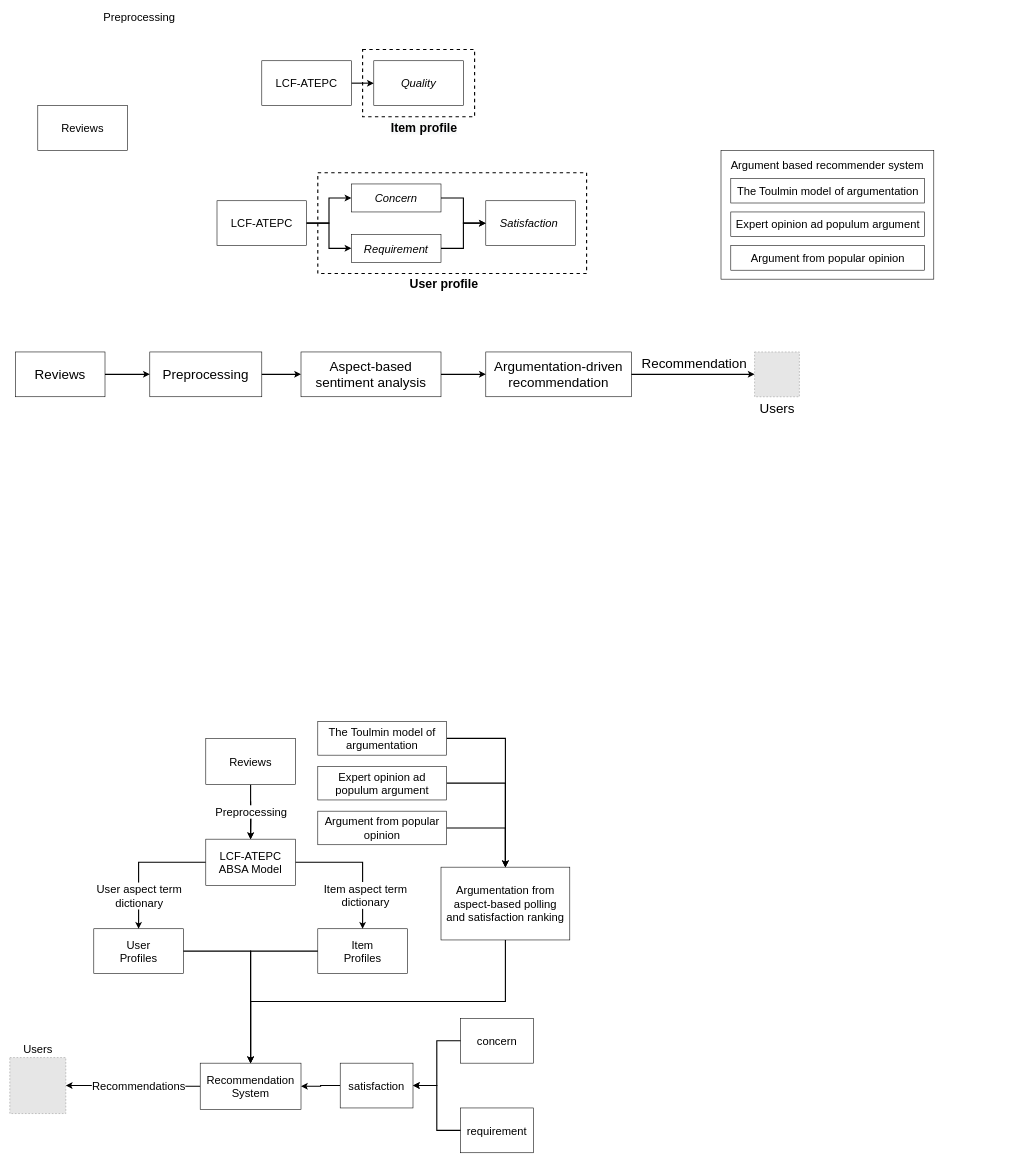
Earlier version of the draw.io diagram thesis_overview.drawio (FengfanHu/Diagram). Source tidied: cells renumbered, new cells numbered last; positions are measured from the earlier drawing's top-left corner, leaving out a move shared by most shapes. Both pictures are drawn from the tidied source at 56%, with x=0, y=0 at pixel (10, 16). Pictures stored in the file or linked from it are replaced by grey dashed boxes.
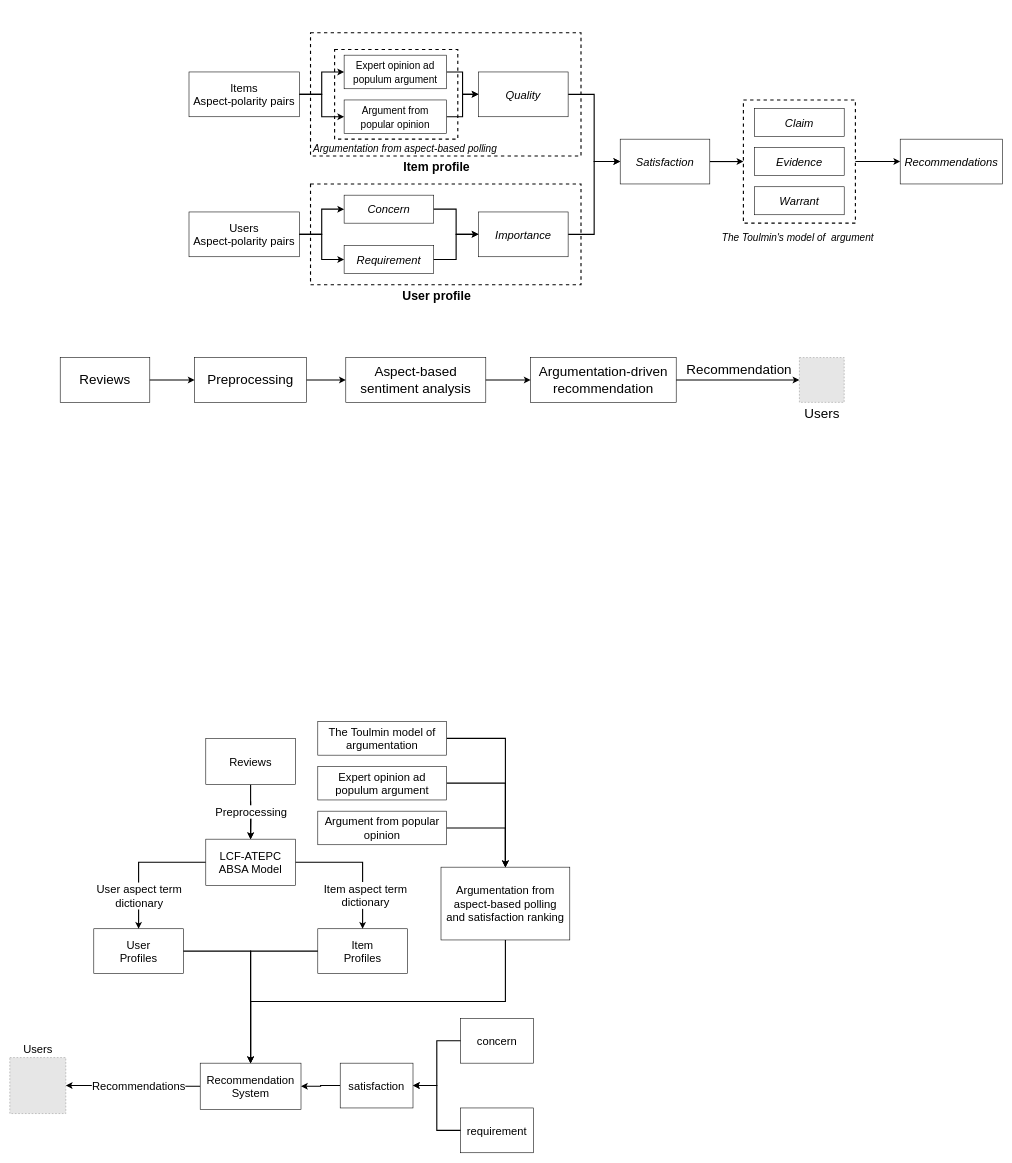
The same page after the edit.

What changed in the source:
```diff
@@
-    <mxCell id="2" value="Reviews" style="whiteSpace=wrap;html=1;fontSize=20;" parent="1" vertex="1">
-      <mxGeometry x="50" y="160" width="160" height="80" as="geometry" />
-    </mxCell>
-    <mxCell id="3" value="Preprocessing" style="edgeLabel;html=1;align=center;verticalAlign=middle;fontSize=20;" parent="1" vertex="1">
-      <mxGeometry x="230" as="geometry" />
-    </mxCell>
-    <mxCell id="4" style="group;" parent="1" vertex="1">
-      <mxGeometry x="1270" y="240" width="380" height="230" as="geometry" />
-    </mxCell>
-    <mxCell id="5" value="Argument based recommender system" style="whiteSpace=wrap;html=1;fontSize=20;spacing=10;align=center;verticalAlign=top;" parent="4" vertex="1">
-      <mxGeometry width="380" height="230" as="geometry" />
-    </mxCell>
-    <mxCell id="6" value="The Toulmin model of argumentation" style="whiteSpace=wrap;html=1;fontSize=20;" parent="4" vertex="1">
-      <mxGeometry x="17.5" y="50" width="346" height="44" as="geometry" />
-    </mxCell>
-    <mxCell id="7" value="Expert opinion ad populum argument" style="whiteSpace=wrap;html=1;fontSize=20;" parent="4" vertex="1">
-      <mxGeometry x="17.5" y="110" width="346" height="44" as="geometry" />
-    </mxCell>
-    <mxCell id="8" value="Argument from popular opinion" style="whiteSpace=wrap;html=1;fontSize=20;" parent="4" vertex="1">
-      <mxGeometry x="17.5" y="170" width="346" height="44" as="geometry" />
-    </mxCell>
-    <mxCell id="9" style="edgeStyle=orthogonalEdgeStyle;rounded=0;jettySize=auto;html=1;entryX=0;entryY=0.5;entryDx=0;entryDy=0;fontSize=22;fontColor=none;strokeWidth=2;" parent="1" edge="1" source="10" target="22">
-      <mxGeometry relative="1" as="geometry" />
-    </mxCell>
-    <mxCell id="10" value="LCF-ATEPC" style="whiteSpace=wrap;html=1;fontSize=20;" parent="1" vertex="1">
-      <mxGeometry x="450" y="80" width="160" height="80" as="geometry" />
-    </mxCell>
-    <mxCell id="11" style="group;" parent="1" vertex="1">
-      <mxGeometry x="370" y="280" width="660" height="220" as="geometry" />
-    </mxCell>
-    <mxCell id="12" style="rounded=0;whiteSpace=wrap;html=1;labelBackgroundColor=none;fontColor=none;strokeColor=default;strokeWidth=2;fillColor=none;dashed=1;" parent="11" vertex="1">
-      <mxGeometry x="180" width="480" height="180" as="geometry" />
-    </mxCell>
-    <mxCell id="13" value="LCF-ATEPC" style="whiteSpace=wrap;html=1;fontSize=20;" parent="11" vertex="1">
-      <mxGeometry y="50" width="160" height="80" as="geometry" />
-    </mxCell>
-    <mxCell id="14" value="&lt;i&gt;Concern&lt;/i&gt;" style="whiteSpace=wrap;html=1;fontSize=20;" parent="11" vertex="1">
-      <mxGeometry x="240" y="20" width="160" height="50" as="geometry" />
-    </mxCell>
-    <mxCell id="15" style="edgeStyle=orthogonalEdgeStyle;rounded=0;jettySize=auto;html=1;fontColor=none;strokeWidth=2;" parent="11" edge="1" source="13" target="14">
-      <mxGeometry relative="1" as="geometry" />
-    </mxCell>
-    <mxCell id="16" value="&lt;i&gt;Requirement&lt;/i&gt;" style="whiteSpace=wrap;html=1;fontSize=20;" parent="11" vertex="1">
-      <mxGeometry x="240" y="110" width="160" height="50" as="geometry" />
-    </mxCell>
-    <mxCell id="17" style="edgeStyle=orthogonalEdgeStyle;rounded=0;jettySize=auto;html=1;entryX=0;entryY=0.5;entryDx=0;entryDy=0;fontColor=none;strokeWidth=2;" parent="11" edge="1" source="13" target="16">
-      <mxGeometry relative="1" as="geometry" />
-    </mxCell>
-    <mxCell id="18" value="&lt;i&gt;Satisfaction&amp;nbsp;&lt;/i&gt;" style="whiteSpace=wrap;html=1;fontSize=20;" parent="11" vertex="1">
-      <mxGeometry x="480" y="50" width="160" height="80" as="geometry" />
-    </mxCell>
-    <mxCell id="19" style="edgeStyle=orthogonalEdgeStyle;rounded=0;jettySize=auto;html=1;entryX=0;entryY=0.5;entryDx=0;entryDy=0;fontColor=none;strokeWidth=2;" parent="11" edge="1" source="14" target="18">
-      <mxGeometry relative="1" as="geometry" />
-    </mxCell>
-    <mxCell id="20" style="edgeStyle=orthogonalEdgeStyle;rounded=0;jettySize=auto;html=1;entryX=0;entryY=0.5;entryDx=0;entryDy=0;fontColor=none;strokeWidth=2;" parent="11" edge="1" source="16" target="18">
-      <mxGeometry relative="1" as="geometry" />
-    </mxCell>
-    <mxCell id="21" value="&lt;font style=&quot;font-size: 22px;&quot;&gt;&lt;b&gt;User profile&lt;/b&gt;&lt;/font&gt;" style="text;html=1;align=center;verticalAlign=middle;strokeColor=none;fillColor=none;fontColor=none;" parent="11" vertex="1">
-      <mxGeometry x="330" y="180" width="150" height="40" as="geometry" />
-    </mxCell>
-    <mxCell id="22" value="&lt;i&gt;Quality&lt;/i&gt;" style="whiteSpace=wrap;html=1;fontSize=20;" parent="1" vertex="1">
-      <mxGeometry x="650" y="80" width="160" height="80" as="geometry" />
-    </mxCell>
-    <mxCell id="23" style="rounded=0;whiteSpace=wrap;html=1;labelBackgroundColor=none;fontColor=none;strokeColor=default;strokeWidth=2;fillColor=none;dashed=1;" parent="1" vertex="1">
-      <mxGeometry x="630" y="60" width="200" height="120" as="geometry" />
-    </mxCell>
-    <mxCell id="24" value="&lt;b style=&quot;color: rgb(0, 0, 0); font-family: Helvetica; font-size: 22px; font-style: normal; font-variant-ligatures: normal; font-variant-caps: normal; letter-spacing: normal; orphans: 2; text-indent: 0px; text-transform: none; widows: 2; word-spacing: 0px; -webkit-text-stroke-width: 0px; background-color: rgb(248, 249, 250); text-decoration-thickness: initial; text-decoration-style: initial; text-decoration-color: initial;&quot;&gt;Item profile&lt;/b&gt;" style="text;whiteSpace=wrap;html=1;fontSize=22;fontColor=none;align=center;" parent="1" vertex="1">
-      <mxGeometry x="660" y="180" width="160" height="50" as="geometry" />
-    </mxCell>
+    <mxCell id="68" style="rounded=0;whiteSpace=wrap;html=1;fontSize=18;fillColor=none;dashed=1;strokeWidth=2;" parent="1" vertex="1">
+      <mxGeometry x="580" y="60" width="220" height="160" as="geometry" />
+    </mxCell>
@@
     <mxCell id="57" style="group;" parent="1" vertex="1">
-      <mxGeometry x="10" y="600" width="1400" height="80" as="geometry" />
+      <mxGeometry x="90" y="610" width="1400" height="80" as="geometry" />
     </mxCell>
@@
+    <mxCell id="69" style="rounded=0;whiteSpace=wrap;html=1;labelBackgroundColor=none;fontColor=none;strokeColor=default;strokeWidth=2;fillColor=none;dashed=1;" parent="1" vertex="1">
+      <mxGeometry x="537" y="30" width="483" height="220" as="geometry" />
+    </mxCell>
+    <mxCell id="70" style="edgeStyle=orthogonalEdgeStyle;rounded=0;jettySize=auto;html=1;entryX=0;entryY=0.5;entryDx=0;entryDy=0;fontSize=18;strokeWidth=2;" parent="1" edge="1" source="71" target="8">
+      <mxGeometry relative="1" as="geometry" />
+    </mxCell>
+    <mxCell id="71" value="Items&lt;br&gt;Aspect-polarity pairs" style="whiteSpace=wrap;html=1;fontSize=20;" parent="1" vertex="1">
+      <mxGeometry x="320" y="100" width="197" height="80" as="geometry" />
+    </mxCell>
+    <mxCell id="72" style="edgeStyle=orthogonalEdgeStyle;rounded=0;jettySize=auto;html=1;fontSize=18;strokeWidth=2;" parent="1" edge="1" source="7" target="22">
+      <mxGeometry relative="1" as="geometry" />
+    </mxCell>
+    <mxCell id="7" value="&lt;font style=&quot;font-size: 18px;&quot;&gt;Expert opinion ad populum argument&lt;/font&gt;" style="whiteSpace=wrap;html=1;fontSize=20;" parent="1" vertex="1">
+      <mxGeometry x="597" y="70" width="183" height="60" as="geometry" />
+    </mxCell>
+    <mxCell id="73" style="edgeStyle=orthogonalEdgeStyle;rounded=0;jettySize=auto;html=1;fontColor=none;strokeWidth=2;" parent="1" edge="1" source="71" target="7">
+      <mxGeometry relative="1" as="geometry" />
+    </mxCell>
+    <mxCell id="74" style="edgeStyle=orthogonalEdgeStyle;rounded=0;jettySize=auto;html=1;fontSize=18;strokeWidth=2;entryX=0;entryY=0.5;entryDx=0;entryDy=0;" parent="1" edge="1" source="22" target="79">
+      <mxGeometry relative="1" as="geometry" />
+    </mxCell>
+    <mxCell id="22" value="&lt;i&gt;Quality&lt;br&gt;&lt;/i&gt;" style="whiteSpace=wrap;html=1;fontSize=20;" parent="1" vertex="1">
+      <mxGeometry x="837" y="100" width="160" height="80" as="geometry" />
+    </mxCell>
+    <mxCell id="24" value="&lt;font style=&quot;font-size: 22px;&quot;&gt;&lt;b&gt;Item profile&lt;/b&gt;&lt;/font&gt;" style="text;html=1;align=center;verticalAlign=middle;strokeColor=none;fillColor=none;fontColor=none;" parent="1" vertex="1">
+      <mxGeometry x="692" y="250" width="140" height="40" as="geometry" />
+    </mxCell>
+    <mxCell id="75" style="edgeStyle=orthogonalEdgeStyle;rounded=0;jettySize=auto;html=1;entryX=0;entryY=0.5;entryDx=0;entryDy=0;fontSize=18;strokeWidth=2;" parent="1" edge="1" source="8" target="22">
+      <mxGeometry relative="1" as="geometry" />
+    </mxCell>
+    <mxCell id="8" value="&lt;font style=&quot;font-size: 18px;&quot;&gt;Argument from popular opinion&lt;/font&gt;" style="whiteSpace=wrap;html=1;fontSize=20;" parent="1" vertex="1">
+      <mxGeometry x="597" y="150" width="183" height="60" as="geometry" />
+    </mxCell>
+    <mxCell id="76" value="&lt;i&gt;Argumentation from aspect-based polling&lt;/i&gt;" style="text;whiteSpace=wrap;html=1;fontSize=18;" parent="1" vertex="1">
+      <mxGeometry x="540" y="220" width="360" height="30" as="geometry" />
+    </mxCell>
+    <mxCell id="12" style="rounded=0;whiteSpace=wrap;html=1;labelBackgroundColor=none;fontColor=none;strokeColor=default;strokeWidth=2;fillColor=none;dashed=1;" parent="1" vertex="1">
+      <mxGeometry x="537" y="300" width="483" height="180" as="geometry" />
+    </mxCell>
+    <mxCell id="13" value="Users&lt;br&gt;Aspect-polarity pairs" style="whiteSpace=wrap;html=1;fontSize=20;" parent="1" vertex="1">
+      <mxGeometry x="320" y="350" width="197" height="80" as="geometry" />
+    </mxCell>
+    <mxCell id="14" value="&lt;i&gt;Concern&lt;/i&gt;" style="whiteSpace=wrap;html=1;fontSize=20;" parent="1" vertex="1">
+      <mxGeometry x="597" y="320" width="160" height="50" as="geometry" />
+    </mxCell>
+    <mxCell id="15" style="edgeStyle=orthogonalEdgeStyle;rounded=0;jettySize=auto;html=1;fontColor=none;strokeWidth=2;" parent="1" edge="1" source="13" target="14">
+      <mxGeometry relative="1" as="geometry" />
+    </mxCell>
+    <mxCell id="16" value="&lt;i&gt;Requirement&lt;/i&gt;" style="whiteSpace=wrap;html=1;fontSize=20;" parent="1" vertex="1">
+      <mxGeometry x="597" y="410" width="160" height="50" as="geometry" />
+    </mxCell>
+    <mxCell id="17" style="edgeStyle=orthogonalEdgeStyle;rounded=0;jettySize=auto;html=1;entryX=0;entryY=0.5;entryDx=0;entryDy=0;fontColor=none;strokeWidth=2;" parent="1" edge="1" source="13" target="16">
+      <mxGeometry relative="1" as="geometry" />
+    </mxCell>
+    <mxCell id="77" style="edgeStyle=orthogonalEdgeStyle;rounded=0;jettySize=auto;html=1;entryX=0;entryY=0.5;entryDx=0;entryDy=0;fontSize=18;strokeWidth=2;" parent="1" edge="1" source="18" target="79">
+      <mxGeometry relative="1" as="geometry" />
+    </mxCell>
+    <mxCell id="18" value="&lt;i&gt;Importance&lt;/i&gt;" style="whiteSpace=wrap;html=1;fontSize=20;" parent="1" vertex="1">
+      <mxGeometry x="837" y="350" width="160" height="80" as="geometry" />
+    </mxCell>
+    <mxCell id="19" style="edgeStyle=orthogonalEdgeStyle;rounded=0;jettySize=auto;html=1;entryX=0;entryY=0.5;entryDx=0;entryDy=0;fontColor=none;strokeWidth=2;" parent="1" edge="1" source="14" target="18">
+      <mxGeometry relative="1" as="geometry" />
+    </mxCell>
+    <mxCell id="20" style="edgeStyle=orthogonalEdgeStyle;rounded=0;jettySize=auto;html=1;entryX=0;entryY=0.5;entryDx=0;entryDy=0;fontColor=none;strokeWidth=2;" parent="1" edge="1" source="16" target="18">
+      <mxGeometry relative="1" as="geometry" />
+    </mxCell>
+    <mxCell id="21" value="&lt;font style=&quot;font-size: 22px;&quot;&gt;&lt;b&gt;User profile&lt;/b&gt;&lt;/font&gt;" style="text;html=1;align=center;verticalAlign=middle;strokeColor=none;fillColor=none;fontColor=none;" parent="1" vertex="1">
+      <mxGeometry x="687" y="480" width="150" height="40" as="geometry" />
+    </mxCell>
+    <mxCell id="78" style="edgeStyle=orthogonalEdgeStyle;rounded=0;jettySize=auto;html=1;fontSize=18;strokeWidth=2;" parent="1" edge="1" source="79" target="84">
+      <mxGeometry relative="1" as="geometry" />
+    </mxCell>
+    <mxCell id="79" value="&lt;i&gt;Satisfaction&lt;br&gt;&lt;/i&gt;" style="whiteSpace=wrap;html=1;fontSize=20;" parent="1" vertex="1">
+      <mxGeometry x="1090" y="220" width="160" height="80" as="geometry" />
+    </mxCell>
+    <mxCell id="80" value="&lt;i&gt;Claim&lt;/i&gt;" style="whiteSpace=wrap;html=1;fontSize=20;" parent="1" vertex="1">
+      <mxGeometry x="1330" y="165" width="160" height="50" as="geometry" />
+    </mxCell>
+    <mxCell id="81" value="&lt;i&gt;Evidence&lt;/i&gt;" style="whiteSpace=wrap;html=1;fontSize=20;" parent="1" vertex="1">
+      <mxGeometry x="1330" y="235" width="160" height="50" as="geometry" />
+    </mxCell>
+    <mxCell id="82" value="&lt;i&gt;Warrant&lt;/i&gt;" style="whiteSpace=wrap;html=1;fontSize=20;" parent="1" vertex="1">
+      <mxGeometry x="1330" y="305" width="160" height="50" as="geometry" />
+    </mxCell>
+    <mxCell id="83" style="edgeStyle=orthogonalEdgeStyle;rounded=0;jettySize=auto;html=1;fontSize=18;strokeWidth=2;" parent="1" edge="1" source="84" target="86">
+      <mxGeometry relative="1" as="geometry" />
+    </mxCell>
+    <mxCell id="84" style="rounded=0;whiteSpace=wrap;html=1;dashed=1;fontSize=18;strokeWidth=2;fillColor=none;" parent="1" vertex="1">
+      <mxGeometry x="1310" y="150" width="200" height="220" as="geometry" />
+    </mxCell>
+    <mxCell id="85" value="&lt;i&gt;The Toulmin's model of&amp;nbsp; argument&lt;/i&gt;" style="text;whiteSpace=wrap;html=1;fontSize=18;" parent="1" vertex="1">
+      <mxGeometry x="1270" y="380" width="280" height="30" as="geometry" />
+    </mxCell>
+    <mxCell id="86" value="&lt;i&gt;Recommendations&lt;br&gt;&lt;/i&gt;" style="whiteSpace=wrap;html=1;fontSize=20;" parent="1" vertex="1">
+      <mxGeometry x="1590" y="220" width="183" height="80" as="geometry" />
+    </mxCell>
```
